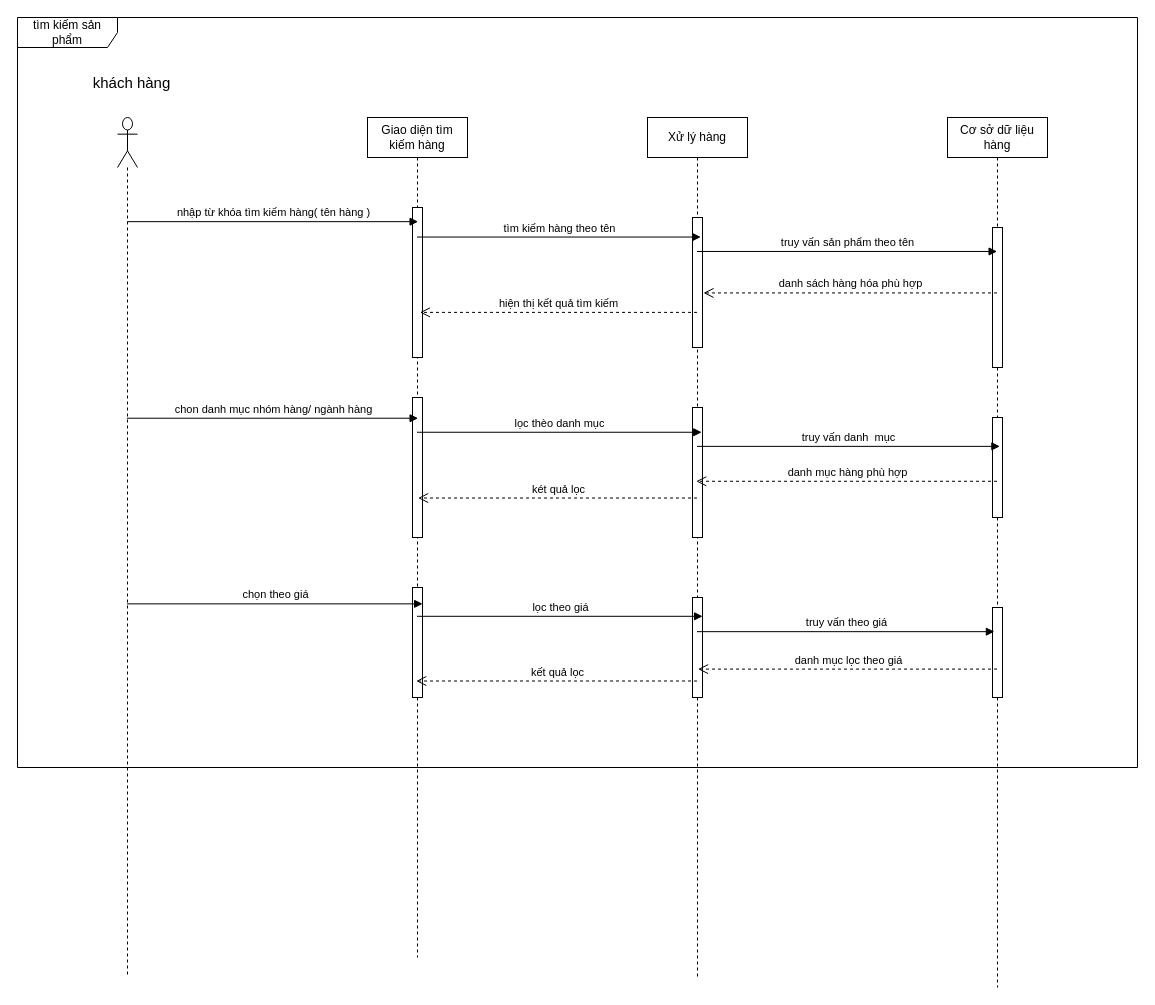
RomJoke/K keeps this draw.io diagram as KH sequence.drawio. Above is the earlier version. Source tidied: cells renumbered, new cells numbered last; positions are measured from the earlier drawing's top-left corner, leaving out a move shared by most shapes. Both pictures are drawn from the tidied source at 100%, with x=0, y=0 at pixel (17, 17).
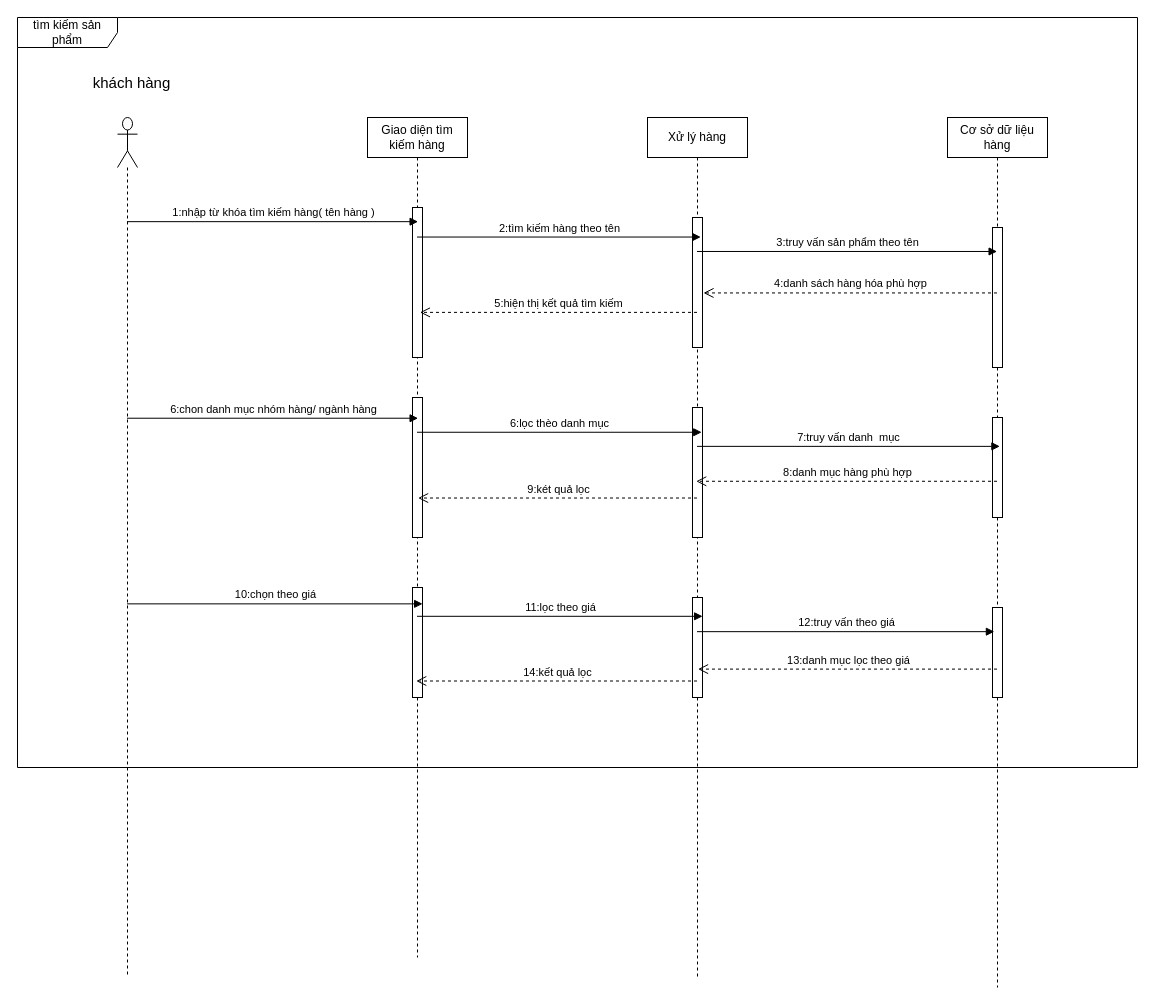
The same page after the edit.

Unchanged cells that the change refers to:
```xml
<mxCell id="3" style="shape=umlLifeline;perimeter=lifelinePerimeter;whiteSpace=wrap;html=1;outlineConnect=0;portConstraint=eastwest;newEdgeStyle={&quot;curved&quot;:0,&quot;rounded&quot;:0};participant=umlActor;size=50;" parent="1" vertex="1">
  <mxGeometry x="100" y="100" width="20" height="860" as="geometry" />
</mxCell>
<mxCell id="5" value="Giao diện tìm kiếm hàng" style="shape=umlLifeline;perimeter=lifelinePerimeter;whiteSpace=wrap;html=1;outlineConnect=0;portConstraint=eastwest;newEdgeStyle={&quot;curved&quot;:0,&quot;rounded&quot;:0};" parent="1" vertex="1">
  <mxGeometry x="350" y="100" width="100" height="840" as="geometry" />
</mxCell>
<mxCell id="8" style="html=1;points=[[0,0,0,0,5],[0,1,0,0,-5],[1,0,0,0,5],[1,1,0,0,-5]];perimeter=orthogonalPerimeter;outlineConnect=0;targetShapes=umlLifeline;portConstraint=eastwest;newEdgeStyle={&quot;curved&quot;:0,&quot;rounded&quot;:0};" parent="5" vertex="1">
  <mxGeometry x="45" y="470" width="10" height="110" as="geometry" />
</mxCell>
<mxCell id="9" value="Xử lý hàng" style="shape=umlLifeline;perimeter=lifelinePerimeter;whiteSpace=wrap;html=1;outlineConnect=0;portConstraint=eastwest;newEdgeStyle={&quot;curved&quot;:0,&quot;rounded&quot;:0};" parent="1" vertex="1">
  <mxGeometry x="630" y="100" width="100" height="860" as="geometry" />
</mxCell>
<mxCell id="12" style="html=1;points=[[0,0,0,0,5],[0,1,0,0,-5],[1,0,0,0,5],[1,1,0,0,-5]];perimeter=orthogonalPerimeter;outlineConnect=0;targetShapes=umlLifeline;portConstraint=eastwest;newEdgeStyle={&quot;curved&quot;:0,&quot;rounded&quot;:0};" parent="9" vertex="1">
  <mxGeometry x="45" y="480" width="10" height="100" as="geometry" />
</mxCell>
<mxCell id="13" value="Cơ sở dữ liệu hàng" style="shape=umlLifeline;perimeter=lifelinePerimeter;whiteSpace=wrap;html=1;outlineConnect=0;portConstraint=eastwest;newEdgeStyle={&quot;curved&quot;:0,&quot;rounded&quot;:0};" parent="1" vertex="1">
  <mxGeometry x="930" y="100" width="100" height="870" as="geometry" />
</mxCell>
```

Change to the diagram source:
```diff
@@
-    <mxCell id="17" value="nhập từ khóa tìm kiếm hàng( tên hàng )" style="html=1;verticalAlign=bottom;endArrow=block;curved=0;rounded=0;entryX=0.506;entryY=0.124;entryDx=0;entryDy=0;entryPerimeter=0;" parent="1" edge="1" source="3" target="5">
+    <mxCell id="17" value="1:nhập từ khóa tìm kiếm hàng( tên hàng )" style="html=1;verticalAlign=bottom;endArrow=block;curved=0;rounded=0;entryX=0.506;entryY=0.124;entryDx=0;entryDy=0;entryPerimeter=0;" parent="1" edge="1" source="3" target="5">
       <mxGeometry relative="1" as="geometry" />
     </mxCell>
-    <mxCell id="18" value="tìm kiếm hàng theo tên" style="html=1;verticalAlign=bottom;endArrow=block;curved=0;rounded=0;entryX=0.533;entryY=0.139;entryDx=0;entryDy=0;entryPerimeter=0;" parent="1" edge="1" source="5" target="9">
+    <mxCell id="18" value="2:tìm kiếm hàng theo tên" style="html=1;verticalAlign=bottom;endArrow=block;curved=0;rounded=0;entryX=0.533;entryY=0.139;entryDx=0;entryDy=0;entryPerimeter=0;" parent="1" edge="1" source="5" target="9">
       <mxGeometry relative="1" as="geometry" />
     </mxCell>
-    <mxCell id="19" value="truy vấn sản phẩm theo tên" style="html=1;verticalAlign=bottom;endArrow=block;curved=0;rounded=0;entryX=0.496;entryY=0.154;entryDx=0;entryDy=0;entryPerimeter=0;" parent="1" edge="1" source="9" target="13">
+    <mxCell id="19" value="3:truy vấn sản phẩm theo tên" style="html=1;verticalAlign=bottom;endArrow=block;curved=0;rounded=0;entryX=0.496;entryY=0.154;entryDx=0;entryDy=0;entryPerimeter=0;" parent="1" edge="1" source="9" target="13">
       <mxGeometry relative="1" as="geometry" />
     </mxCell>
-    <mxCell id="20" value="danh sách hàng hóa phù hợp" style="html=1;verticalAlign=bottom;endArrow=open;dashed=1;endSize=8;curved=0;rounded=0;entryX=0.56;entryY=0.204;entryDx=0;entryDy=0;entryPerimeter=0;" parent="1" edge="1" source="13" target="9">
+    <mxCell id="20" value="4:danh sách hàng hóa phù hợp" style="html=1;verticalAlign=bottom;endArrow=open;dashed=1;endSize=8;curved=0;rounded=0;entryX=0.56;entryY=0.204;entryDx=0;entryDy=0;entryPerimeter=0;" parent="1" edge="1" source="13" target="9">
       <mxGeometry relative="1" as="geometry" />
     </mxCell>
-    <mxCell id="21" value="hiện thị kết quả tìm kiếm" style="html=1;verticalAlign=bottom;endArrow=open;dashed=1;endSize=8;curved=0;rounded=0;entryX=0.524;entryY=0.232;entryDx=0;entryDy=0;entryPerimeter=0;" parent="1" edge="1" source="9" target="5">
+    <mxCell id="21" value="5:hiện thị kết quả tìm kiếm" style="html=1;verticalAlign=bottom;endArrow=open;dashed=1;endSize=8;curved=0;rounded=0;entryX=0.524;entryY=0.232;entryDx=0;entryDy=0;entryPerimeter=0;" parent="1" edge="1" source="9" target="5">
       <mxGeometry relative="1" as="geometry" />
     </mxCell>
-    <mxCell id="22" value="lọc thèo danh mục" style="html=1;verticalAlign=bottom;endArrow=block;curved=0;rounded=0;entryX=0.542;entryY=0.366;entryDx=0;entryDy=0;entryPerimeter=0;" parent="1" edge="1" source="5" target="9">
+    <mxCell id="22" value="6:lọc thèo danh mục" style="html=1;verticalAlign=bottom;endArrow=block;curved=0;rounded=0;entryX=0.542;entryY=0.366;entryDx=0;entryDy=0;entryPerimeter=0;" parent="1" edge="1" source="5" target="9">
       <mxGeometry relative="1" as="geometry" />
     </mxCell>
-    <mxCell id="23" value="truy vấn danh&amp;nbsp; mục" style="html=1;verticalAlign=bottom;endArrow=block;curved=0;rounded=0;entryX=0.524;entryY=0.378;entryDx=0;entryDy=0;entryPerimeter=0;" parent="1" edge="1" source="9" target="13">
+    <mxCell id="23" value="7:truy vấn danh&amp;nbsp; mục" style="html=1;verticalAlign=bottom;endArrow=block;curved=0;rounded=0;entryX=0.524;entryY=0.378;entryDx=0;entryDy=0;entryPerimeter=0;" parent="1" edge="1" source="9" target="13">
       <mxGeometry relative="1" as="geometry" />
     </mxCell>
-    <mxCell id="24" value="danh mục hàng phù hợp" style="html=1;verticalAlign=bottom;endArrow=open;dashed=1;endSize=8;curved=0;rounded=0;entryX=0.487;entryY=0.423;entryDx=0;entryDy=0;entryPerimeter=0;" parent="1" edge="1" source="13" target="9">
+    <mxCell id="24" value="8:danh mục hàng phù hợp" style="html=1;verticalAlign=bottom;endArrow=open;dashed=1;endSize=8;curved=0;rounded=0;entryX=0.487;entryY=0.423;entryDx=0;entryDy=0;entryPerimeter=0;" parent="1" edge="1" source="13" target="9">
       <mxGeometry relative="1" as="geometry" />
     </mxCell>
-    <mxCell id="25" value="két quả lọc" style="html=1;verticalAlign=bottom;endArrow=open;dashed=1;endSize=8;curved=0;rounded=0;entryX=0.506;entryY=0.453;entryDx=0;entryDy=0;entryPerimeter=0;" parent="1" edge="1" source="9" target="5">
+    <mxCell id="25" value="9:két quả lọc" style="html=1;verticalAlign=bottom;endArrow=open;dashed=1;endSize=8;curved=0;rounded=0;entryX=0.506;entryY=0.453;entryDx=0;entryDy=0;entryPerimeter=0;" parent="1" edge="1" source="9" target="5">
       <mxGeometry relative="1" as="geometry" />
     </mxCell>
-    <mxCell id="26" value="chon danh mục nhóm hàng/ ngành hàng" style="html=1;verticalAlign=bottom;endArrow=block;curved=0;rounded=0;entryX=0.506;entryY=0.358;entryDx=0;entryDy=0;entryPerimeter=0;" parent="1" edge="1" source="3" target="5">
+    <mxCell id="26" value="6:chon danh mục nhóm hàng/ ngành hàng" style="html=1;verticalAlign=bottom;endArrow=block;curved=0;rounded=0;entryX=0.506;entryY=0.358;entryDx=0;entryDy=0;entryPerimeter=0;" parent="1" edge="1" source="3" target="5">
       <mxGeometry relative="1" as="geometry" />
     </mxCell>
-    <mxCell id="27" value="chọn theo giá" style="html=1;verticalAlign=bottom;endArrow=block;curved=0;rounded=0;entryX=0.551;entryY=0.579;entryDx=0;entryDy=0;entryPerimeter=0;" parent="1" edge="1" source="3" target="5">
+    <mxCell id="27" value="10:chọn theo giá" style="html=1;verticalAlign=bottom;endArrow=block;curved=0;rounded=0;entryX=0.551;entryY=0.579;entryDx=0;entryDy=0;entryPerimeter=0;" parent="1" edge="1" source="3" target="5">
       <mxGeometry relative="1" as="geometry" />
     </mxCell>
-    <mxCell id="28" value="lọc theo giá" style="html=1;verticalAlign=bottom;endArrow=block;curved=0;rounded=0;entryX=0.551;entryY=0.58;entryDx=0;entryDy=0;entryPerimeter=0;" parent="1" edge="1" source="5" target="9">
+    <mxCell id="28" value="11:lọc theo giá" style="html=1;verticalAlign=bottom;endArrow=block;curved=0;rounded=0;entryX=0.551;entryY=0.58;entryDx=0;entryDy=0;entryPerimeter=0;" parent="1" edge="1" source="5" target="9">
       <mxGeometry relative="1" as="geometry" />
     </mxCell>
-    <mxCell id="29" value="truy vấn theo giá" style="html=1;verticalAlign=bottom;endArrow=block;curved=0;rounded=0;entryX=0.469;entryY=0.591;entryDx=0;entryDy=0;entryPerimeter=0;" parent="1" edge="1" source="9" target="13">
+    <mxCell id="29" value="12:truy vấn theo giá" style="html=1;verticalAlign=bottom;endArrow=block;curved=0;rounded=0;entryX=0.469;entryY=0.591;entryDx=0;entryDy=0;entryPerimeter=0;" parent="1" edge="1" source="9" target="13">
       <mxGeometry relative="1" as="geometry" />
     </mxCell>
-    <mxCell id="30" value="danh mục lọc theo giá" style="html=1;verticalAlign=bottom;endArrow=open;dashed=1;endSize=8;curved=0;rounded=0;entryX=0.555;entryY=0.716;entryDx=0;entryDy=0;entryPerimeter=0;" parent="1" edge="1" source="13" target="12">
+    <mxCell id="30" value="13:danh mục lọc theo giá" style="html=1;verticalAlign=bottom;endArrow=open;dashed=1;endSize=8;curved=0;rounded=0;entryX=0.555;entryY=0.716;entryDx=0;entryDy=0;entryPerimeter=0;" parent="1" edge="1" source="13" target="12">
       <mxGeometry relative="1" as="geometry" />
     </mxCell>
-    <mxCell id="31" value="kết quả lọc" style="html=1;verticalAlign=bottom;endArrow=open;dashed=1;endSize=8;curved=0;rounded=0;entryX=0.373;entryY=0.85;entryDx=0;entryDy=0;entryPerimeter=0;" parent="1" edge="1" source="9" target="8">
+    <mxCell id="31" value="14:kết quả lọc" style="html=1;verticalAlign=bottom;endArrow=open;dashed=1;endSize=8;curved=0;rounded=0;entryX=0.373;entryY=0.85;entryDx=0;entryDy=0;entryPerimeter=0;" parent="1" edge="1" source="9" target="8">
       <mxGeometry relative="1" as="geometry" />
     </mxCell>
```
